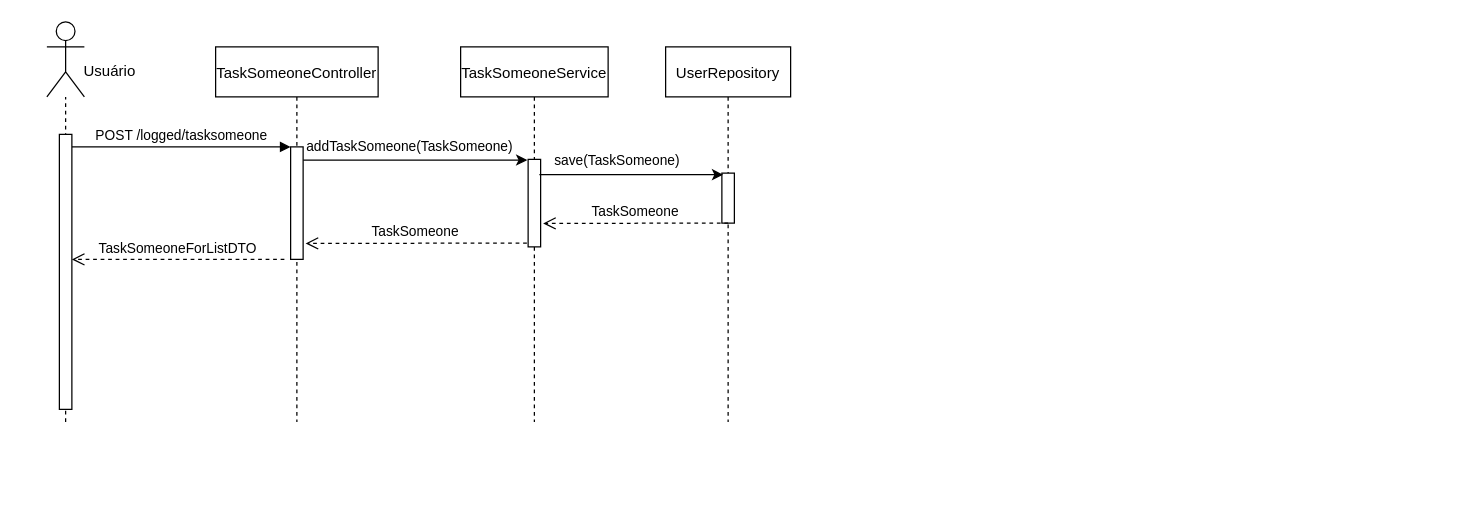
This is src/main/resources/documentation/ds-create-task.drawio from hermscoder/taskme-app, a draw.io file, before an edit. Source tidied: cells renumbered, new cells numbered last; positions are measured from the earlier drawing's top-left corner, leaving out a move shared by most shapes. Both pictures are drawn from the tidied source at 125%, with x=0, y=0 at pixel (46, 21).
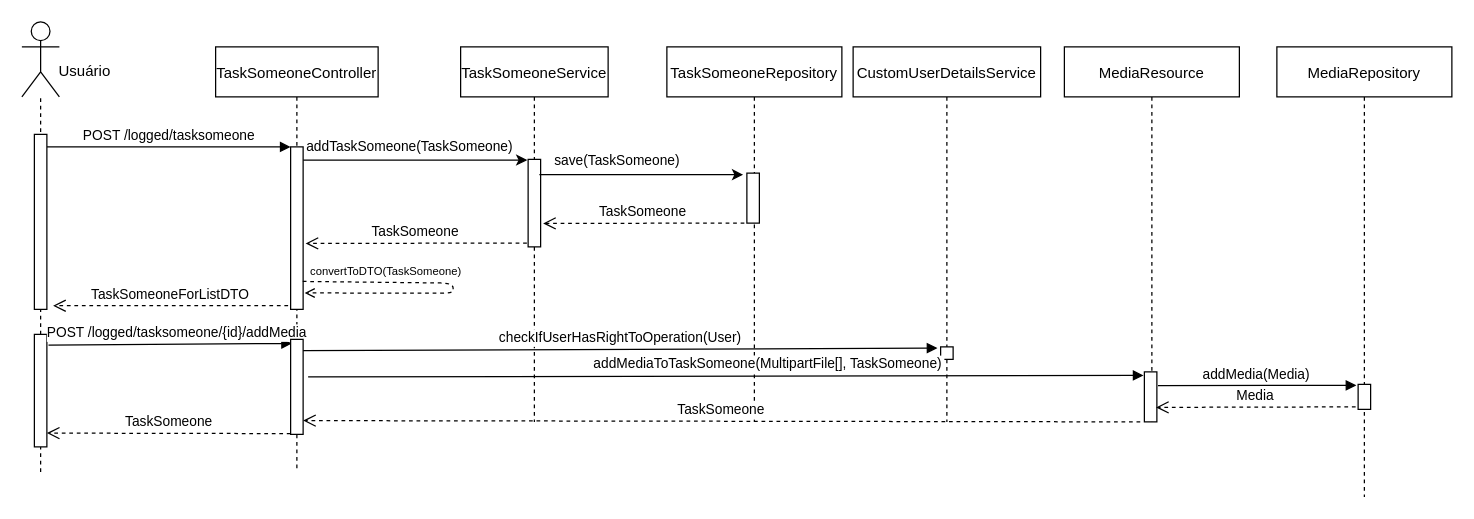
Above is the later version.

Diff of the diagram source:
```diff
@@
-    <mxCell id="2" style="endArrow=none;dashed=1;html=1;" parent="1" edge="1">
+    <mxCell id="2" style="endArrow=none;dashed=1;html=1;" parent="1" edge="1" source="23">
       <mxGeometry relative="1" as="geometry">
-        <mxPoint x="15" y="320" as="sourcePoint" />
-        <mxPoint x="15" y="60" as="targetPoint" />
+        <mxPoint x="-5" y="60" as="targetPoint" />
       </mxGeometry>
     </mxCell>
     <mxCell id="3" value="TaskSomeoneController" style="shape=umlLifeline;perimeter=lifelinePerimeter;rounded=0;shadow=0;strokeWidth=1;" parent="1" vertex="1">
-      <mxGeometry x="135" y="20" width="130" height="300" as="geometry" />
+      <mxGeometry x="135" y="20" width="130" height="340" as="geometry" />
     </mxCell>
-    <mxCell id="4" value="TaskSomeoneForListDTO" style="verticalAlign=bottom;endArrow=open;dashed=1;endSize=8;exitX=0;exitY=0.95;shadow=0;strokeWidth=1;" parent="1" edge="1">
+    <mxCell id="4" value="TaskSomeoneForListDTO" style="verticalAlign=bottom;endArrow=open;dashed=1;endSize=8;exitX=0;exitY=0.95;shadow=0;strokeWidth=1;entryX=1.5;entryY=0.979;entryDx=0;entryDy=0;entryPerimeter=0;" parent="1" edge="1" target="6">
       <mxGeometry relative="1" as="geometry">
-        <mxPoint x="190" y="190" as="sourcePoint" />
-        <mxPoint x="20" y="190" as="targetPoint" />
+        <mxPoint x="193" y="227" as="sourcePoint" />
       </mxGeometry>
     </mxCell>
@@
     <mxCell id="6" style="points=[];perimeter=orthogonalPerimeter;rounded=0;shadow=0;strokeWidth=1;" parent="1" vertex="1">
-      <mxGeometry x="10" y="90" width="10" height="220" as="geometry" />
+      <mxGeometry x="-10" y="90" width="10" height="140" as="geometry" />
     </mxCell>
     <mxCell id="7" style="group;" parent="1" vertex="1">
-      <mxGeometry width="80" height="60" as="geometry" />
+      <mxGeometry x="-20" width="80" height="60" as="geometry" />
     </mxCell>
@@
-    <mxCell id="14" value="UserRepository" style="shape=umlLifeline;perimeter=lifelinePerimeter;rounded=0;shadow=0;strokeWidth=1;" parent="1" vertex="1">
-      <mxGeometry x="495" y="20" width="100" height="300" as="geometry" />
+    <mxCell id="14" value="TaskSomeoneRepository" style="shape=umlLifeline;perimeter=lifelinePerimeter;rounded=0;shadow=0;strokeWidth=1;" parent="1" vertex="1">
+      <mxGeometry x="496" y="20" width="140" height="300" as="geometry" />
     </mxCell>
     <mxCell id="15" style="perimeter=orthogonalPerimeter;rounded=0;shadow=0;strokeWidth=1;" parent="14" vertex="1">
-      <mxGeometry x="45" y="101" width="10" height="40" as="geometry" />
+      <mxGeometry x="64" y="101" width="10" height="40" as="geometry" />
     </mxCell>
     <mxCell id="16" style="edgeStyle=orthogonalEdgeStyle;rounded=0;orthogonalLoop=1;jettySize=auto;html=1;" parent="1" edge="1">
       <mxGeometry relative="1" as="geometry">
         <mxPoint x="394" y="122.2" as="sourcePoint" />
-        <mxPoint x="541" y="122.2" as="targetPoint" />
+        <mxPoint x="557" y="122.2" as="targetPoint" />
         <Array as="points">
           <mxPoint x="495" y="122" />
           <mxPoint x="495" y="122" />
         </Array>
       </mxGeometry>
     </mxCell>
@@
     <mxCell id="18" value="TaskSomeone" style="verticalAlign=bottom;endArrow=open;dashed=1;endSize=8;shadow=0;strokeWidth=1;entryX=0.98;entryY=0.239;entryDx=0;entryDy=0;entryPerimeter=0;" parent="1" edge="1">
       <mxGeometry relative="1" as="geometry">
-        <mxPoint x="545" y="161" as="sourcePoint" />
+        <mxPoint x="558" y="161" as="sourcePoint" />
         <mxPoint x="397" y="161.2" as="targetPoint" />
       </mxGeometry>
     </mxCell>
@@
     <mxCell id="20" style="points=[];perimeter=orthogonalPerimeter;rounded=0;shadow=0;strokeWidth=1;" parent="1" vertex="1">
-      <mxGeometry x="195" y="100" width="10" height="90" as="geometry" />
+      <mxGeometry x="195" y="100" width="10" height="130" as="geometry" />
     </mxCell>
+    <mxCell id="21" style="endArrow=open;dashed=1;html=1;exitX=0.971;exitY=0.828;exitDx=0;exitDy=0;exitPerimeter=0;endFill=0;entryX=1.124;entryY=0.899;entryDx=0;entryDy=0;entryPerimeter=0;" parent="1" edge="1" source="20" target="20">
+      <mxGeometry relative="1" as="geometry">
+        <Array as="points">
+          <mxPoint x="325" y="209" />
+          <mxPoint x="325" y="217" />
+        </Array>
+      </mxGeometry>
+    </mxCell>
+    <mxCell id="22" value="convertToDTO(TaskSomeone)" style="edgeLabel;html=1;align=center;verticalAlign=middle;fontSize=9;" parent="21" vertex="1">
+      <mxGeometry x="-0.7" relative="1" as="geometry">
+        <mxPoint x="28.6" y="-8.1" as="offset" />
+      </mxGeometry>
+    </mxCell>
+    <mxCell id="23" style="points=[];perimeter=orthogonalPerimeter;rounded=0;shadow=0;strokeWidth=1;" parent="1" vertex="1">
+      <mxGeometry x="-10" y="250" width="10" height="90" as="geometry" />
+    </mxCell>
+    <mxCell id="24" style="endArrow=none;dashed=1;html=1;" parent="1" edge="1" target="23">
+      <mxGeometry relative="1" as="geometry">
+        <mxPoint x="-5" y="360" as="sourcePoint" />
+      </mxGeometry>
+    </mxCell>
+    <mxCell id="25" value="POST /logged/tasksomeone/{id}/addMedia" style="verticalAlign=bottom;endArrow=block;shadow=0;strokeWidth=1;entryX=0.108;entryY=0.043;entryDx=0;entryDy=0;entryPerimeter=0;exitX=1.128;exitY=0.117;exitDx=0;exitDy=0;exitPerimeter=0;" parent="1" edge="1" target="30">
+      <mxGeometry x="0.06" relative="1" as="geometry">
+        <mxPoint x="1.3" y="258.5" as="sourcePoint" />
+      </mxGeometry>
+    </mxCell>
+    <mxCell id="26" value="MediaResource" style="shape=umlLifeline;perimeter=lifelinePerimeter;rounded=0;shadow=0;strokeWidth=1;" parent="1" vertex="1">
+      <mxGeometry x="814" y="20" width="140" height="300" as="geometry" />
+    </mxCell>
+    <mxCell id="27" style="points=[];perimeter=orthogonalPerimeter;rounded=0;shadow=0;strokeWidth=1;" parent="26" vertex="1">
+      <mxGeometry x="64" y="260" width="10" height="40" as="geometry" />
+    </mxCell>
+    <mxCell id="28" value="MediaRepository" style="shape=umlLifeline;perimeter=lifelinePerimeter;rounded=0;shadow=0;strokeWidth=1;" parent="1" vertex="1">
+      <mxGeometry x="984" y="20" width="140" height="360" as="geometry" />
+    </mxCell>
+    <mxCell id="29" style="points=[];perimeter=orthogonalPerimeter;rounded=0;shadow=0;strokeWidth=1;" parent="28" vertex="1">
+      <mxGeometry x="65" y="270" width="10" height="20" as="geometry" />
+    </mxCell>
+    <mxCell id="30" style="points=[];perimeter=orthogonalPerimeter;rounded=0;shadow=0;strokeWidth=1;" parent="1" vertex="1">
+      <mxGeometry x="195" y="254" width="10" height="76" as="geometry" />
+    </mxCell>
+    <mxCell id="31" value="CustomUserDetailsService" style="shape=umlLifeline;perimeter=lifelinePerimeter;rounded=0;shadow=0;strokeWidth=1;" parent="1" vertex="1">
+      <mxGeometry x="645" y="20" width="150" height="300" as="geometry" />
+    </mxCell>
+    <mxCell id="32" style="points=[];perimeter=orthogonalPerimeter;rounded=0;shadow=0;strokeWidth=1;" parent="31" vertex="1">
+      <mxGeometry x="70" y="240" width="10" height="10" as="geometry" />
+    </mxCell>
+    <mxCell id="33" value="checkIfUserHasRightToOperation(User)" style="verticalAlign=bottom;endArrow=block;entryX=-0.255;entryY=0.096;shadow=0;strokeWidth=1;entryDx=0;entryDy=0;entryPerimeter=0;" parent="1" edge="1" target="32">
+      <mxGeometry relative="1" as="geometry">
+        <mxPoint x="205" y="263" as="sourcePoint" />
+      </mxGeometry>
+    </mxCell>
+    <mxCell id="34" value="addMediaToTaskSomeone(MultipartFile[], TaskSomeone)" style="verticalAlign=bottom;endArrow=block;entryX=-0.067;entryY=0.071;shadow=0;strokeWidth=1;entryDx=0;entryDy=0;entryPerimeter=0;" parent="1" edge="1" target="27">
+      <mxGeometry x="0.1" y="1" relative="1" as="geometry">
+        <mxPoint x="209" y="284" as="sourcePoint" />
+      </mxGeometry>
+    </mxCell>
+    <mxCell id="35" value="addMedia(Media)" style="verticalAlign=bottom;endArrow=block;entryX=-0.14;entryY=0.04;shadow=0;strokeWidth=1;exitX=1.088;exitY=0.274;exitDx=0;exitDy=0;exitPerimeter=0;entryDx=0;entryDy=0;entryPerimeter=0;" parent="1" edge="1" source="27" target="29">
+      <mxGeometry relative="1" as="geometry" />
+    </mxCell>
+    <mxCell id="36" value="Media" style="verticalAlign=bottom;endArrow=open;dashed=1;endSize=8;shadow=0;strokeWidth=1;entryX=0.934;entryY=0.71;entryDx=0;entryDy=0;entryPerimeter=0;" parent="1" edge="1" target="27">
+      <mxGeometry relative="1" as="geometry">
+        <mxPoint x="1047" y="308" as="sourcePoint" />
+      </mxGeometry>
+    </mxCell>
+    <mxCell id="37" value="TaskSomeone" style="verticalAlign=bottom;endArrow=open;dashed=1;endSize=8;shadow=0;strokeWidth=1;" parent="1" edge="1">
+      <mxGeometry relative="1" as="geometry">
+        <mxPoint x="874.7" y="320" as="sourcePoint" />
+        <mxPoint x="205" y="319" as="targetPoint" />
+      </mxGeometry>
+    </mxCell>
+    <mxCell id="38" value="TaskSomeone" style="verticalAlign=bottom;endArrow=open;dashed=1;endSize=8;shadow=0;strokeWidth=1;exitX=-0.007;exitY=0.992;exitDx=0;exitDy=0;exitPerimeter=0;" parent="1" edge="1" source="30">
+      <mxGeometry relative="1" as="geometry">
+        <mxPoint y="329" as="targetPoint" />
+      </mxGeometry>
+    </mxCell>
```
